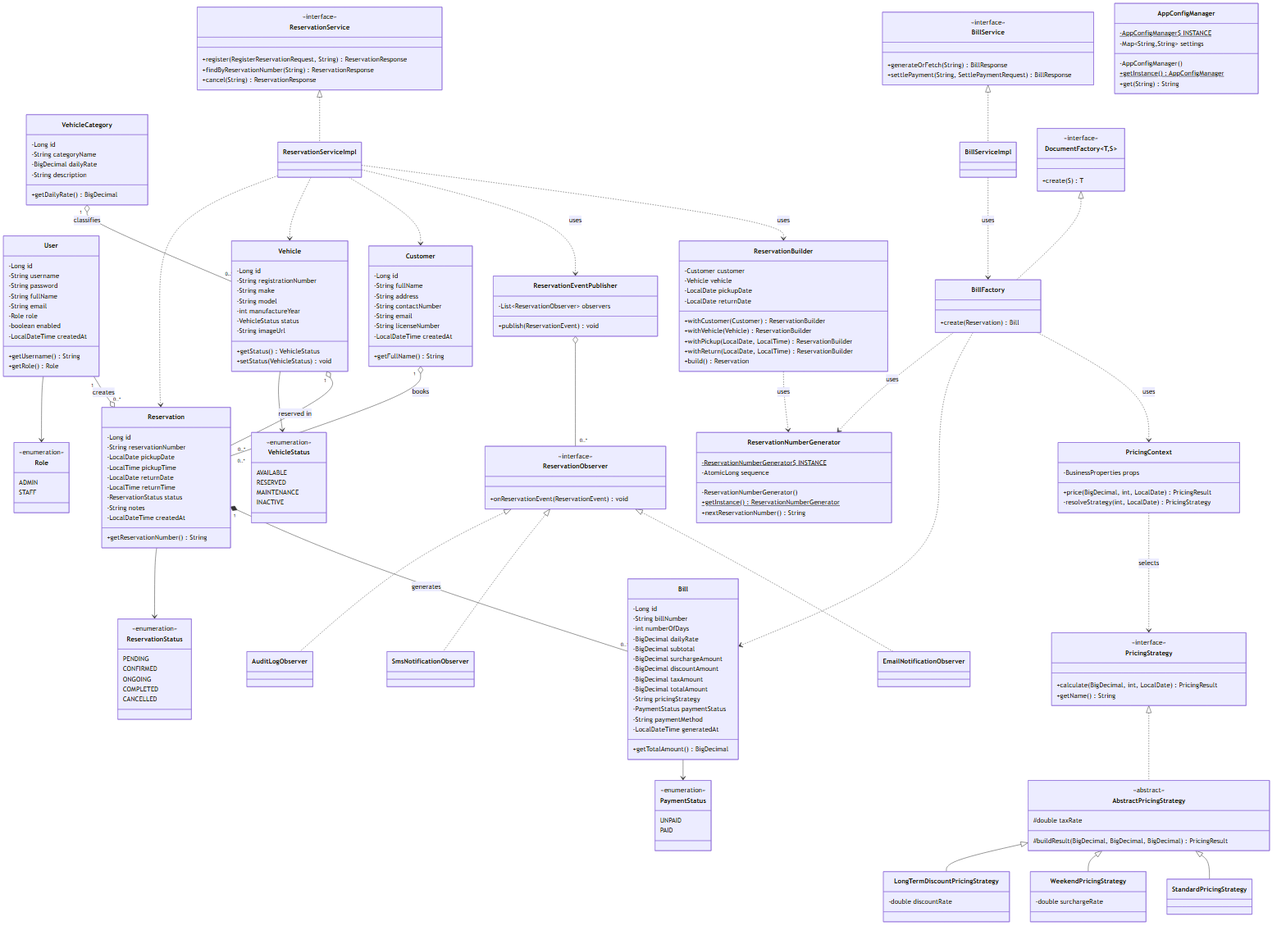
Earlier version of the Mermaid export diagrams/class-diagram.png (TharusanK23/vehicle-reservation-system). Its source is kept beside it as diagrams/class-diagram.mmd.
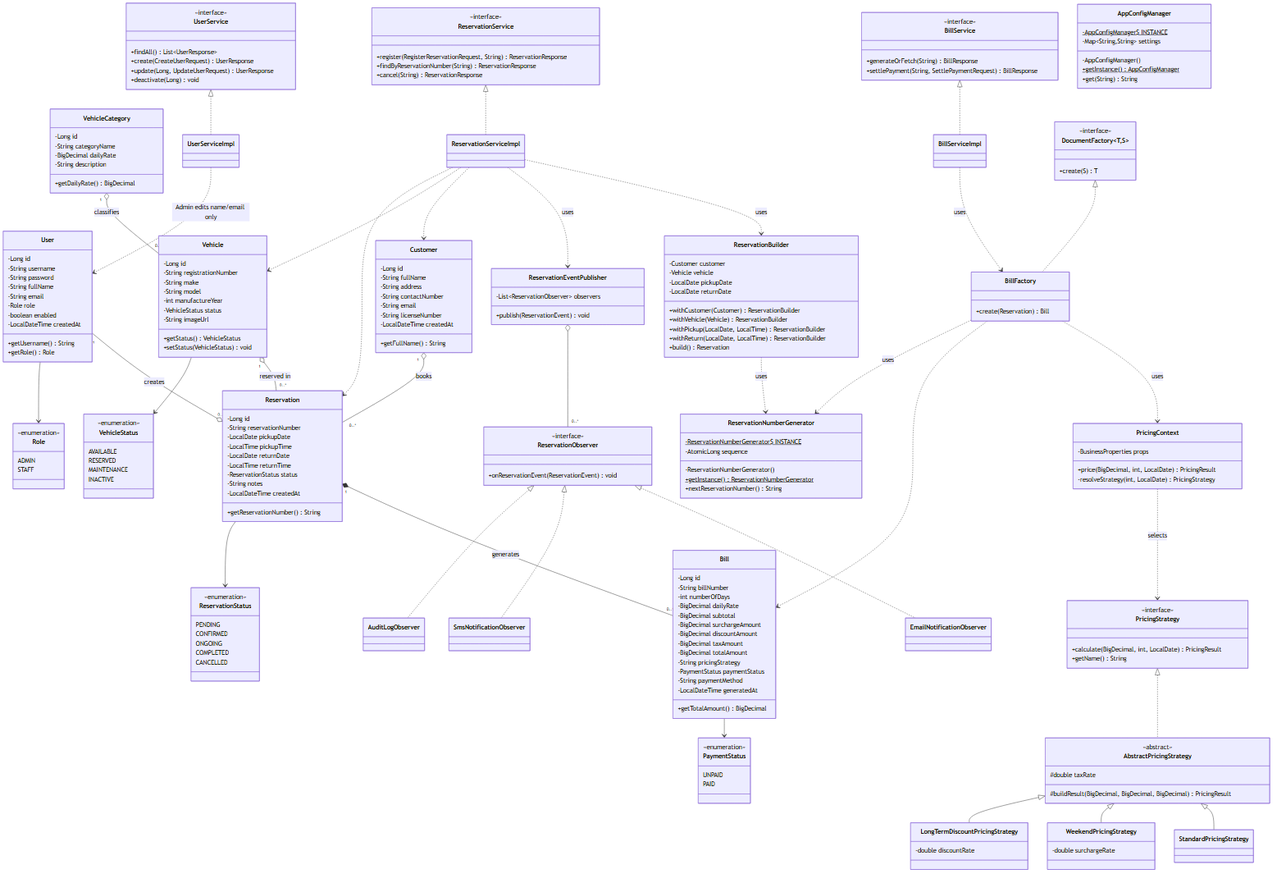
The same file after the commit.

Commit message:
Update UML diagrams for the new Edit Staff Details feature (use case + class)

What changed in the source:
```diff
@@ -127,6 +127,17 @@
     class BillServiceImpl
     BillService <|.. BillServiceImpl
 
+    class UserService {
+        <<interface>>
+        +findAll() List~UserResponse~
+        +create(CreateUserRequest) UserResponse
+        +update(Long, UpdateUserRequest) UserResponse
+        +deactivate(Long) void
+    }
+    class UserServiceImpl
+    UserService <|.. UserServiceImpl
+    UserServiceImpl ..> User : Admin edits name/email only
+
     class ReservationBuilder {
         -Customer customer
         -Vehicle vehicle
```
